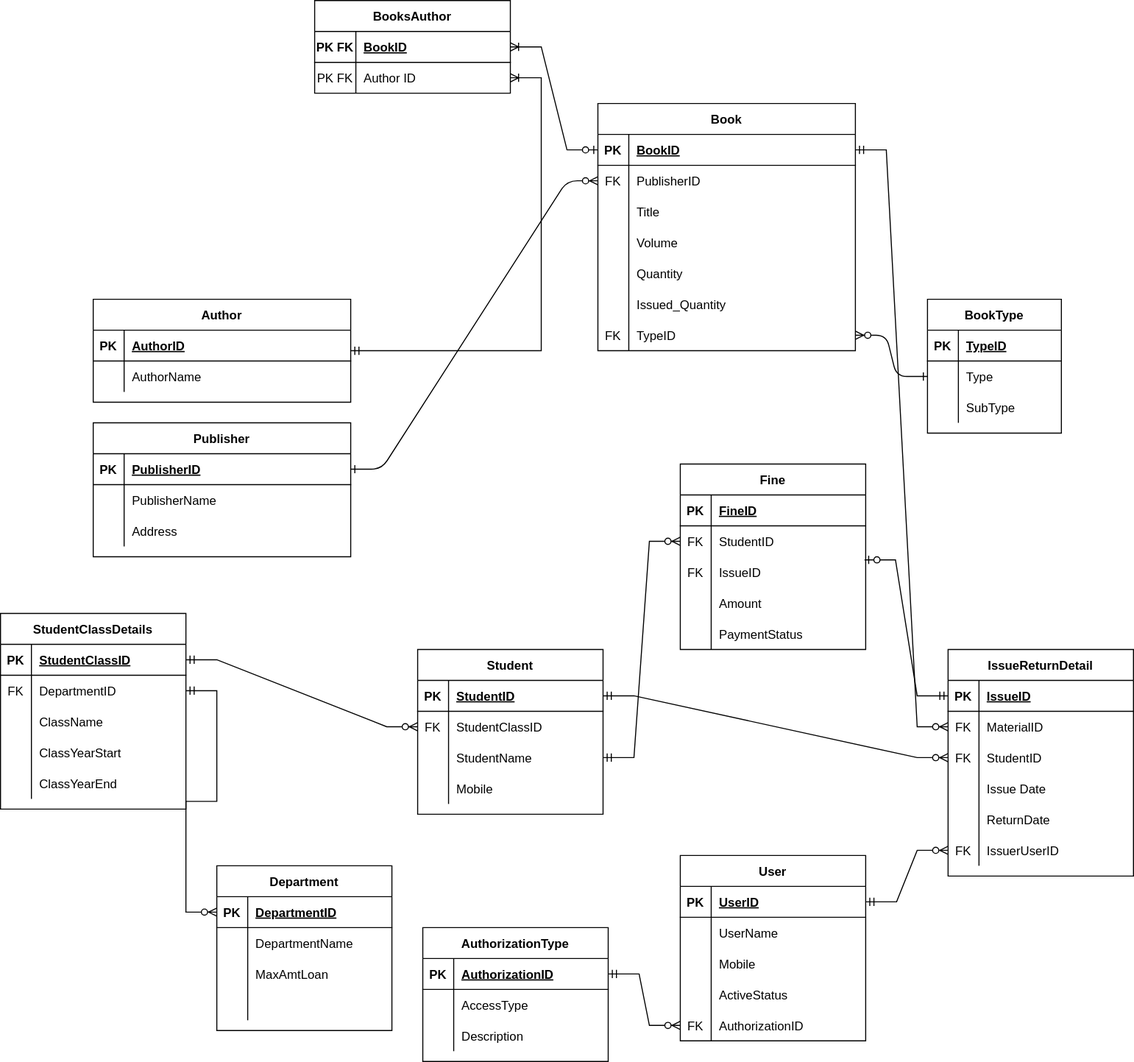
Above: PostgreSQL/Library Management System.drawio.svg in Shubham0197/Training (draw.io), before the change. Source tidied: cells renumbered, new cells last; positions are measured from the earlier drawing's top-left corner, leaving out a move shared by most shapes.
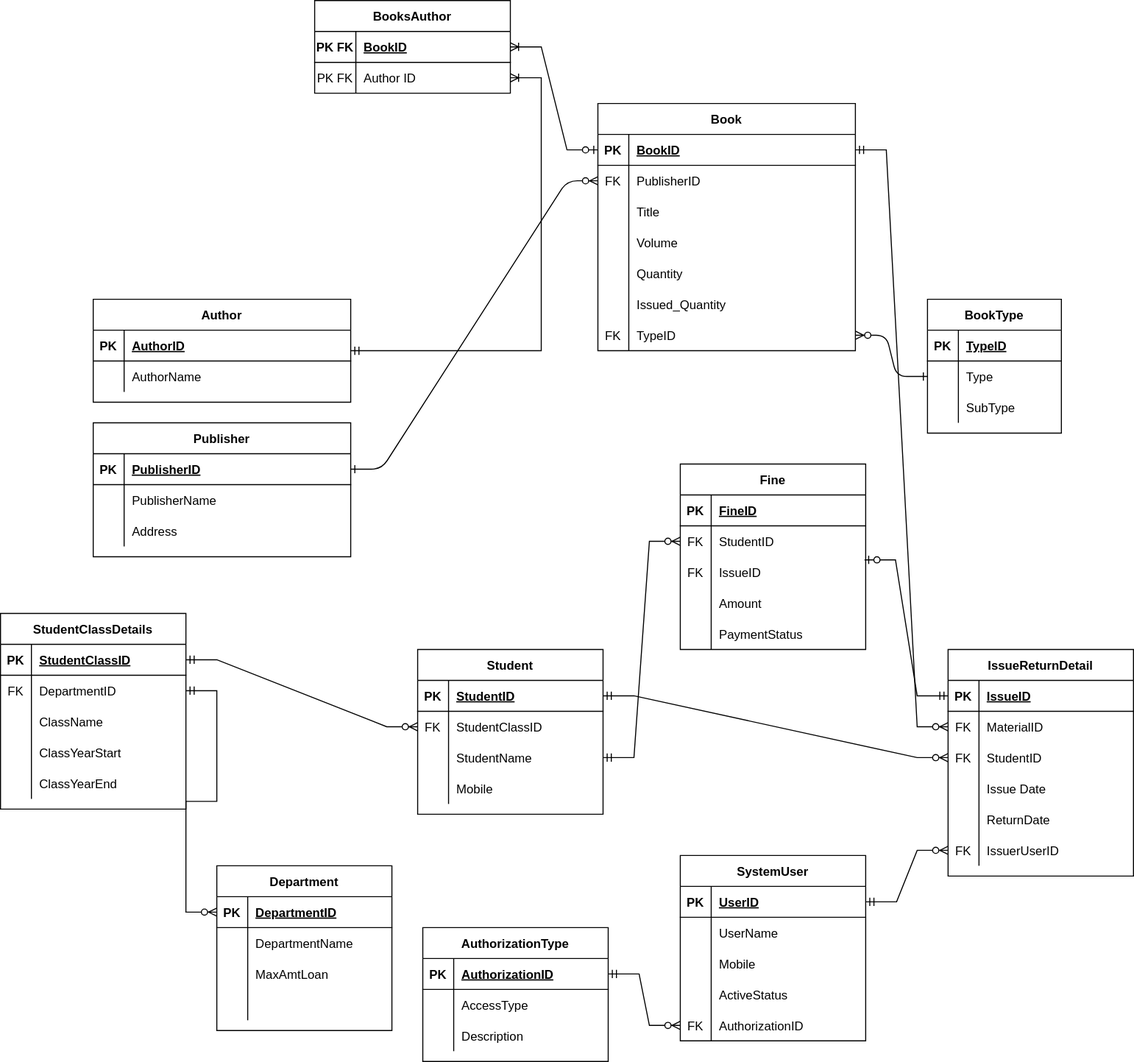
After the commit.

Commit message:
Update entity name Library Management System.drawio.svg

Change to the diagram source:
```diff
@@ -155,7 +155,7 @@
     <mxCell id="52" value="SubType" style="shape=partialRectangle;fillColor=none;top=0;left=0;bottom=0;right=0;align=left;spacingLeft=6;overflow=hidden;" parent="50" vertex="1">
       <mxGeometry x="30" width="100" height="30" as="geometry" />
     </mxCell>
-    <mxCell id="53" value="User" style="shape=table;startSize=30;rowLines=0;fontStyle=1;align=center;" parent="1" vertex="1">
+    <mxCell id="53" value="SystemUser" style="shape=table;startSize=30;rowLines=0;fontStyle=1;align=center;" parent="1" vertex="1">
       <mxGeometry x="660" y="830" width="180" height="180" as="geometry" />
     </mxCell>
     <mxCell id="54" style="shape=tableRow;horizontal=0;startSize=0;swimlaneHead=0;swimlaneBody=0;fillColor=none;points=[[0,0.5],[1,0.5]];portConstraint=eastwest;top=0;left=0;right=0;bottom=1;" parent="53" vertex="1">
```
